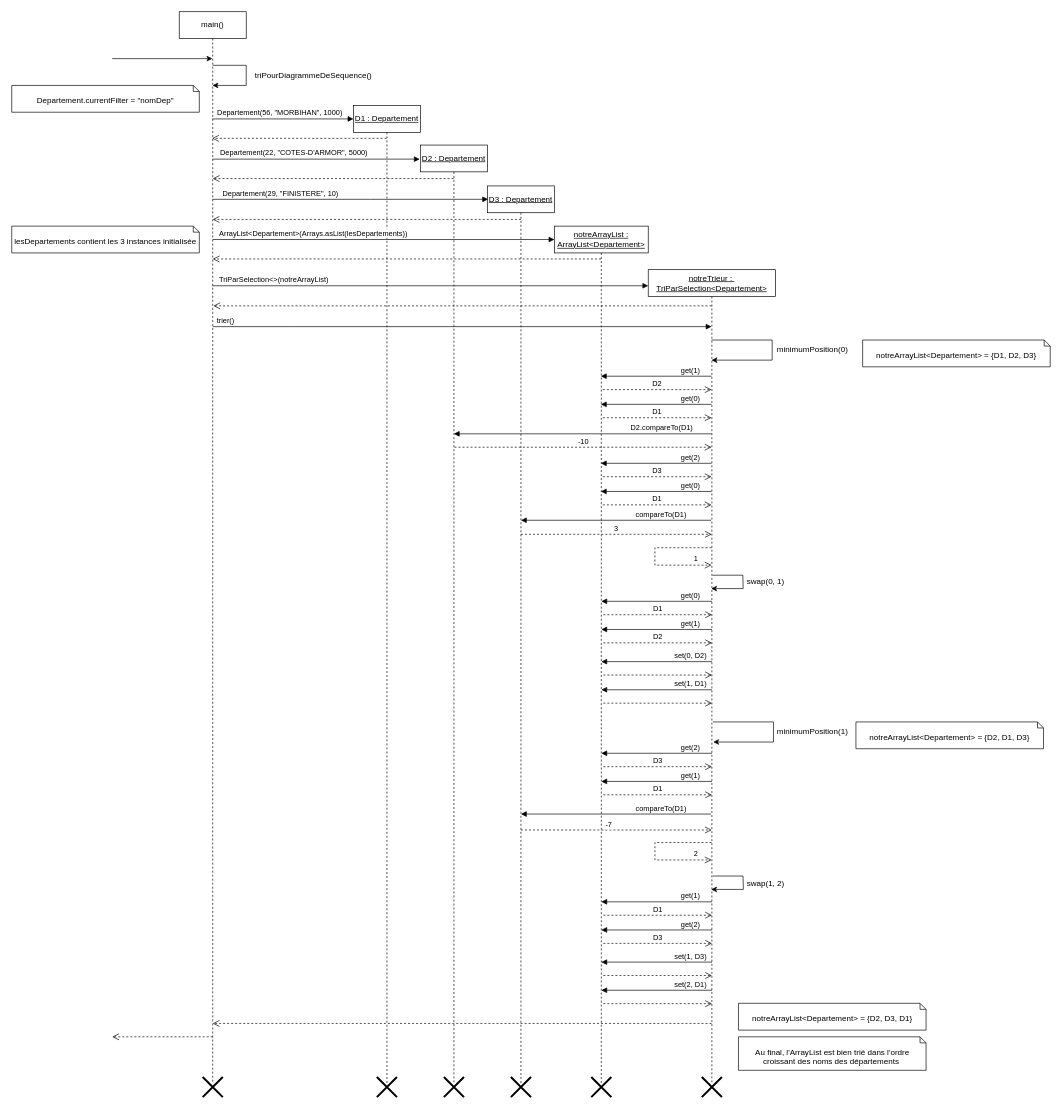
Above: Java/UML/Diagramme de séquence.drawio in xotakfr/communes-bretonnes (draw.io), before the change. Source tidied: cells renumbered, new cells numbered last; positions are measured from the earlier drawing's top-left corner, leaving out a move shared by most shapes. Both pictures are drawn from the tidied source at 67%, with x=0, y=0 at pixel (11, 11).
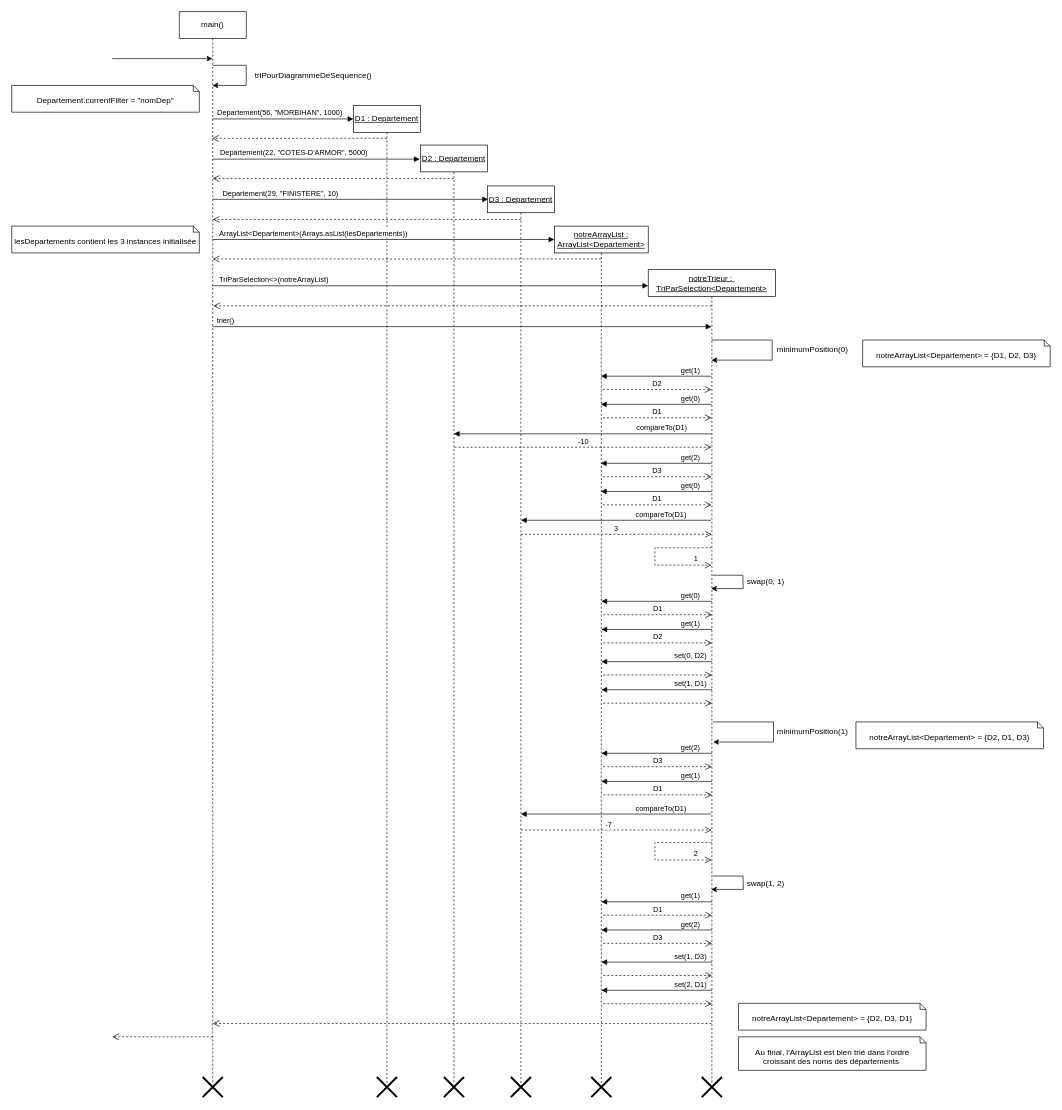
Above is the later version.

Commit message (it also covers changes not shown here):
modification classes & version finale des diagrammes

Diff of the diagram source:
```diff
@@
-    <mxCell id="20" value="D2.compareTo(D1)" style="html=1;verticalAlign=bottom;endArrow=block;curved=0;rounded=0;" parent="1" edge="1">
+    <mxCell id="20" value="compareTo(D1)" style="html=1;verticalAlign=bottom;endArrow=block;curved=0;rounded=0;" parent="1" edge="1">
       <mxGeometry x="-0.61" relative="1" as="geometry">
         <mxPoint x="1044.5" y="630" as="sourcePoint" />
         <mxPoint x="659.8" y="630" as="targetPoint" />
       </mxGeometry>
     </mxCell>
```
